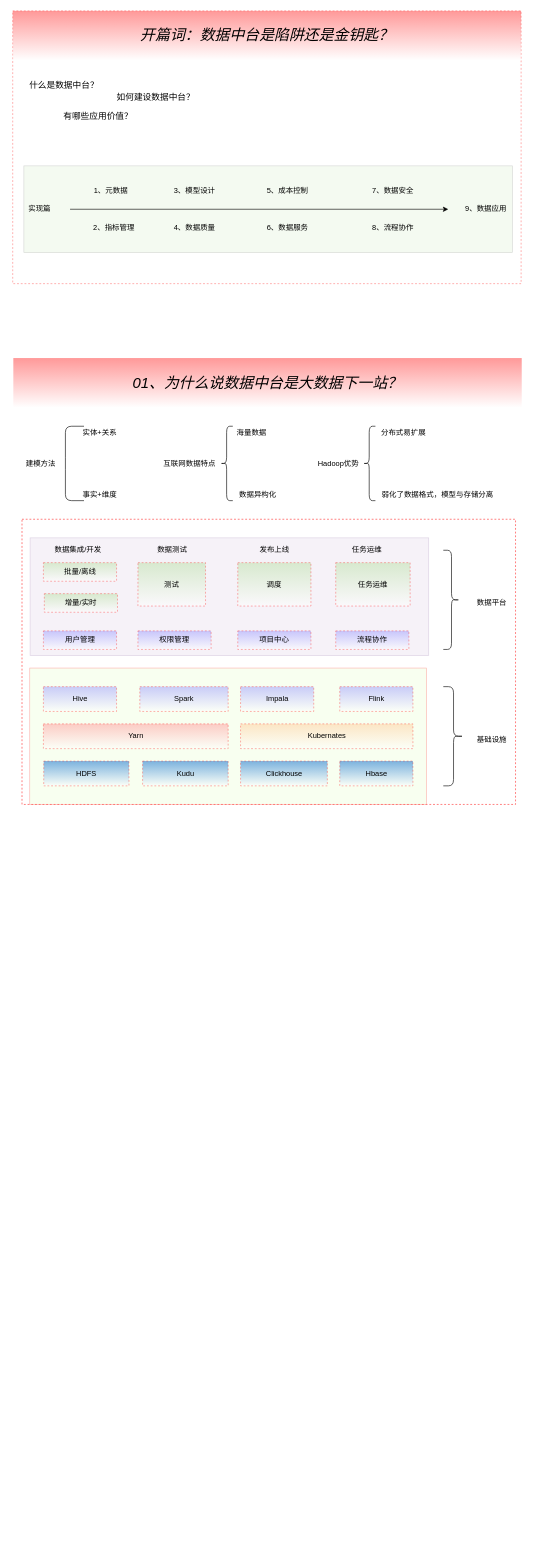
Before: 数据中台.drawio in zhfk/drawo.io.mydiagrams, a draw.io diagram. Source tidied: cells renumbered, new cells numbered last; positions are measured from the earlier drawing's top-left corner, leaving out a move shared by most shapes. Both pictures are drawn from the tidied source at 62%, with x=0, y=0 at pixel (12, 11).
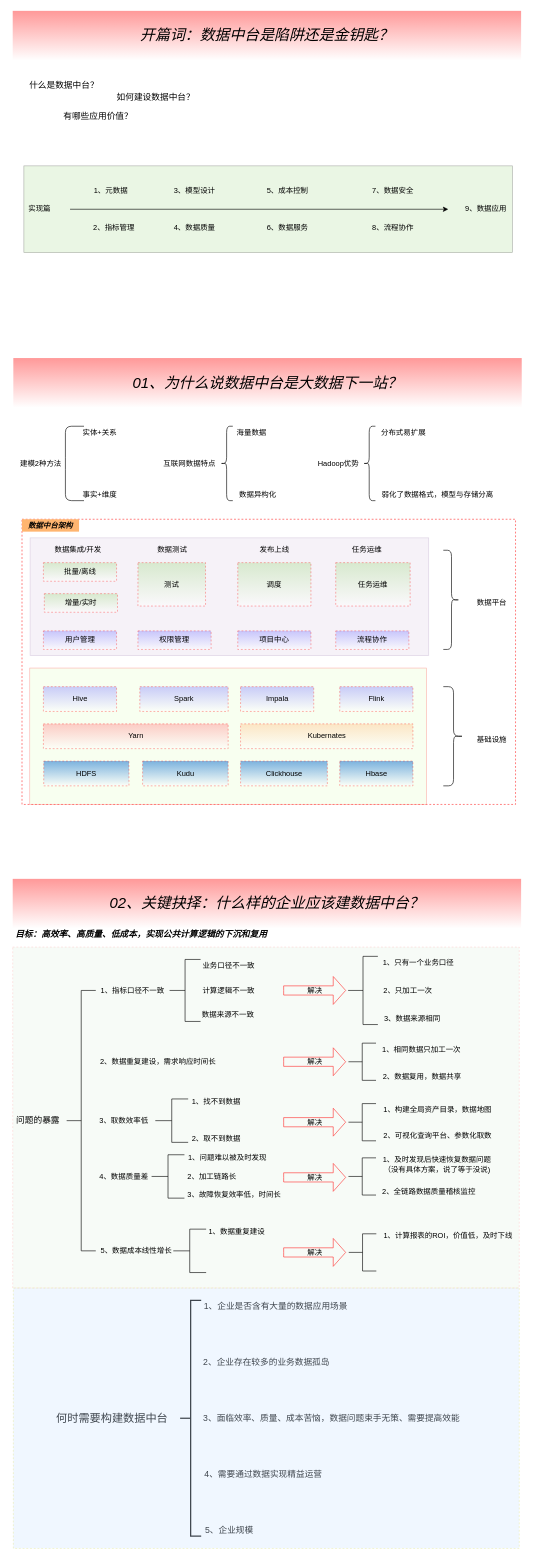
Above is the later version.

What changed in the source:
```diff
@@
+    <mxCell id="62" style="rounded=0;whiteSpace=wrap;html=1;strokeColor=#FF3333;strokeWidth=1;gradientColor=none;fillColor=#D5E8D4;opacity=20;dashed=1;perimeterSpacing=0;" parent="1" vertex="1">
+      <mxGeometry y="1510" width="817" height="550" as="geometry" />
+    </mxCell>
@@
-    <mxCell id="6" style="rounded=0;whiteSpace=wrap;html=1;opacity=50;dashed=1;strokeWidth=1;strokeColor=#FF0000;perimeterSpacing=10;" parent="1" vertex="1">
+    <mxCell id="6" style="rounded=0;whiteSpace=wrap;html=1;opacity=0;dashed=1;strokeWidth=1;strokeColor=#FF0000;perimeterSpacing=10;" parent="1" vertex="1">
       <mxGeometry width="820" height="440" as="geometry" />
     </mxCell>
@@
-    <mxCell id="22" value="建模方法" style="text;html=1;align=center;verticalAlign=middle;strokeColor=none;" parent="1" vertex="1">
-      <mxGeometry x="15" y="720" width="60" height="20" as="geometry" />
+    <mxCell id="22" value="建模2种方法" style="text;html=1;align=center;verticalAlign=middle;strokeColor=none;" parent="1" vertex="1">
+      <mxGeometry x="5" y="720" width="80" height="20" as="geometry" />
     </mxCell>
@@
+    <mxCell id="63" value="&lt;font style=&quot;font-size: 24px&quot;&gt;&lt;i&gt;02、关键抉择：什么样的企业应该建数据中台？&lt;/i&gt;&lt;/font&gt;" style="text;html=1;strokeColor=none;align=center;verticalAlign=middle;whiteSpace=wrap;rounded=0;dashed=1;opacity=50;fillColor=#FF3333;gradientColor=#ffffff;" parent="1" vertex="1">
+      <mxGeometry y="1400" width="820" height="80" as="geometry" />
+    </mxCell>
+    <mxCell id="64" value="&lt;font style=&quot;font-size: 14px&quot;&gt;问题的暴露&lt;/font&gt;" style="text;html=1;strokeColor=none;fillColor=none;align=center;verticalAlign=middle;whiteSpace=wrap;rounded=0;dashed=1;" parent="1" vertex="1">
+      <mxGeometry y="1780" width="82" height="20" as="geometry" />
+    </mxCell>
+    <mxCell id="65" style="strokeWidth=1;html=1;shape=mxgraph.flowchart.annotation_2;align=left;labelPosition=right;fillColor=none;gradientColor=none;" parent="1" vertex="1">
+      <mxGeometry x="87" y="1580" width="47" height="420" as="geometry" />
+    </mxCell>
+    <mxCell id="66" value="1、指标口径不一致" style="text;html=1;align=center;verticalAlign=middle;strokeColor=none;" parent="1" vertex="1">
+      <mxGeometry x="133" y="1570" width="120" height="20" as="geometry" />
+    </mxCell>
+    <mxCell id="67" value="2、数据重复建设，需求响应时间长" style="text;html=1;align=center;verticalAlign=middle;strokeColor=none;" parent="1" vertex="1">
+      <mxGeometry x="134" y="1685" width="200" height="20" as="geometry" />
+    </mxCell>
+    <mxCell id="68" value="3、取数效率低" style="text;html=1;align=center;verticalAlign=middle;strokeColor=none;" parent="1" vertex="1">
+      <mxGeometry x="134" y="1780" width="90" height="20" as="geometry" />
+    </mxCell>
+    <mxCell id="69" value="4、数据质量差" style="text;html=1;align=center;verticalAlign=middle;strokeColor=none;" parent="1" vertex="1">
+      <mxGeometry x="134" y="1870" width="90" height="20" as="geometry" />
+    </mxCell>
+    <mxCell id="70" value="5、数据成本线性增长" style="text;html=1;align=center;verticalAlign=middle;strokeColor=none;" parent="1" vertex="1">
+      <mxGeometry x="134" y="1990" width="130" height="20" as="geometry" />
+    </mxCell>
+    <mxCell id="71" style="strokeWidth=1;html=1;shape=mxgraph.flowchart.annotation_2;align=left;labelPosition=right;fillColor=none;gradientColor=none;" parent="1" vertex="1">
+      <mxGeometry x="253" y="1530" width="50" height="100" as="geometry" />
+    </mxCell>
+    <mxCell id="72" value="业务口径不一致" style="text;html=1;align=center;verticalAlign=middle;strokeColor=none;" parent="1" vertex="1">
+      <mxGeometry x="298" y="1530" width="100" height="20" as="geometry" />
+    </mxCell>
+    <mxCell id="73" value="计算逻辑不一致" style="text;html=1;align=center;verticalAlign=middle;strokeColor=none;" parent="1" vertex="1">
+      <mxGeometry x="298" y="1570" width="100" height="20" as="geometry" />
+    </mxCell>
+    <mxCell id="74" value="数据来源不一致" style="text;html=1;align=center;verticalAlign=middle;strokeColor=none;" parent="1" vertex="1">
+      <mxGeometry x="297" y="1610" width="100" height="20" as="geometry" />
+    </mxCell>
+    <mxCell id="75" style="strokeWidth=1;html=1;shape=mxgraph.flowchart.annotation_2;align=left;labelPosition=right;fillColor=none;gradientColor=none;" parent="1" vertex="1">
+      <mxGeometry x="541" y="1525" width="48" height="110" as="geometry" />
+    </mxCell>
+    <mxCell id="76" value="1、只有一个业务口径" style="text;html=1;align=center;verticalAlign=middle;strokeColor=none;" parent="1" vertex="1">
+      <mxGeometry x="589" y="1525" width="130" height="20" as="geometry" />
+    </mxCell>
+    <mxCell id="77" value="2、只加工一次" style="text;html=1;align=center;verticalAlign=middle;strokeColor=none;" parent="1" vertex="1">
+      <mxGeometry x="591.5" y="1570" width="90" height="20" as="geometry" />
+    </mxCell>
+    <mxCell id="78" value="3、数据来源相同" style="text;html=1;align=center;verticalAlign=middle;strokeColor=none;" parent="1" vertex="1">
+      <mxGeometry x="589" y="1615" width="110" height="20" as="geometry" />
+    </mxCell>
+    <mxCell id="79" value="解决" style="html=1;shadow=0;dashed=0;align=center;verticalAlign=middle;shape=mxgraph.arrows2.arrow;dy=0.67;dx=20;notch=0;strokeColor=#FF3333;strokeWidth=1;fillColor=none;gradientColor=none;" parent="1" vertex="1">
+      <mxGeometry x="437" y="1557.5" width="100" height="45" as="geometry" />
+    </mxCell>
+    <mxCell id="80" value="解决" style="html=1;shadow=0;dashed=0;align=center;verticalAlign=middle;shape=mxgraph.arrows2.arrow;dy=0.67;dx=20;notch=0;strokeColor=#FF3333;strokeWidth=1;fillColor=none;gradientColor=none;" parent="1" vertex="1">
+      <mxGeometry x="437" y="1672.5" width="100" height="45" as="geometry" />
+    </mxCell>
+    <mxCell id="81" style="strokeWidth=1;html=1;shape=mxgraph.flowchart.annotation_2;align=left;labelPosition=right;fillColor=none;gradientColor=none;" parent="1" vertex="1">
+      <mxGeometry x="541.5" y="1665" width="44.5" height="60" as="geometry" />
+    </mxCell>
+    <mxCell id="82" value="1、相同数据只加工一次" style="text;html=1;align=center;verticalAlign=middle;strokeColor=none;" parent="1" vertex="1">
+      <mxGeometry x="589" y="1665" width="140" height="20" as="geometry" />
+    </mxCell>
+    <mxCell id="83" value="2、数据复用，数据共享" style="text;html=1;align=center;verticalAlign=middle;strokeColor=none;" parent="1" vertex="1">
+      <mxGeometry x="590" y="1710" width="140" height="20" as="geometry" />
+    </mxCell>
+    <mxCell id="84" style="strokeWidth=1;html=1;shape=mxgraph.flowchart.annotation_2;align=left;labelPosition=right;fillColor=none;gradientColor=none;" parent="1" vertex="1">
+      <mxGeometry x="230" y="1755" width="53" height="70" as="geometry" />
+    </mxCell>
+    <mxCell id="85" value="1、找不到数据" style="text;html=1;align=center;verticalAlign=middle;strokeColor=none;" parent="1" vertex="1">
+      <mxGeometry x="283" y="1750" width="90" height="20" as="geometry" />
+    </mxCell>
+    <mxCell id="86" value="2、取不到数据" style="text;html=1;align=center;verticalAlign=middle;strokeColor=none;" parent="1" vertex="1">
+      <mxGeometry x="283" y="1810" width="90" height="20" as="geometry" />
+    </mxCell>
+    <mxCell id="87" value="解决" style="html=1;shadow=0;dashed=0;align=center;verticalAlign=middle;shape=mxgraph.arrows2.arrow;dy=0.67;dx=20;notch=0;strokeColor=#FF3333;strokeWidth=1;fillColor=none;gradientColor=none;" parent="1" vertex="1">
+      <mxGeometry x="437" y="1770" width="100" height="45" as="geometry" />
+    </mxCell>
+    <mxCell id="88" style="strokeWidth=1;html=1;shape=mxgraph.flowchart.annotation_2;align=left;labelPosition=right;fillColor=none;gradientColor=none;" parent="1" vertex="1">
+      <mxGeometry x="541.5" y="1762.5" width="44.5" height="60" as="geometry" />
+    </mxCell>
+    <mxCell id="89" value="1、构建全局资产目录，数据地图" style="text;html=1;align=center;verticalAlign=middle;strokeColor=none;" parent="1" vertex="1">
+      <mxGeometry x="590" y="1762.5" width="190" height="20" as="geometry" />
+    </mxCell>
+    <mxCell id="90" value="2、可视化查询平台、参数化取数" style="text;html=1;align=center;verticalAlign=middle;strokeColor=none;" parent="1" vertex="1">
+      <mxGeometry x="590" y="1805" width="190" height="20" as="geometry" />
+    </mxCell>
+    <mxCell id="91" style="strokeWidth=1;html=1;shape=mxgraph.flowchart.annotation_2;align=left;labelPosition=right;fillColor=none;gradientColor=none;" parent="1" vertex="1">
+      <mxGeometry x="224" y="1845" width="53" height="70" as="geometry" />
+    </mxCell>
+    <mxCell id="92" value="1、问题难以被及时发现" style="text;html=1;align=center;verticalAlign=middle;strokeColor=none;" parent="1" vertex="1">
+      <mxGeometry x="276" y="1840" width="140" height="20" as="geometry" />
+    </mxCell>
+    <mxCell id="93" value="2、加工链路长" style="text;html=1;align=center;verticalAlign=middle;strokeColor=none;" parent="1" vertex="1">
+      <mxGeometry x="276" y="1870" width="90" height="20" as="geometry" />
+    </mxCell>
+    <mxCell id="94" value="3、故障恢复效率低，时间长" style="text;html=1;align=center;verticalAlign=middle;strokeColor=none;" parent="1" vertex="1">
+      <mxGeometry x="272" y="1900" width="170" height="20" as="geometry" />
+    </mxCell>
+    <mxCell id="95" value="解决" style="html=1;shadow=0;dashed=0;align=center;verticalAlign=middle;shape=mxgraph.arrows2.arrow;dy=0.67;dx=20;notch=0;strokeColor=#FF3333;strokeWidth=1;fillColor=none;gradientColor=none;" parent="1" vertex="1">
+      <mxGeometry x="437" y="1859" width="100" height="45" as="geometry" />
+    </mxCell>
+    <mxCell id="96" value="1、及时发现后快速恢复数据问题&lt;br&gt;（没有具体方案，说了等于没说)" style="text;html=1;align=center;verticalAlign=middle;strokeColor=none;" parent="1" vertex="1">
+      <mxGeometry x="589" y="1846" width="190" height="30" as="geometry" />
+    </mxCell>
+    <mxCell id="97" style="strokeWidth=1;html=1;shape=mxgraph.flowchart.annotation_2;align=left;labelPosition=right;fillColor=none;gradientColor=none;" parent="1" vertex="1">
+      <mxGeometry x="259" y="1965" width="53" height="70" as="geometry" />
+    </mxCell>
+    <mxCell id="98" value="1、数据重复建设" style="text;html=1;align=center;verticalAlign=middle;strokeColor=none;" parent="1" vertex="1">
+      <mxGeometry x="306" y="1960" width="110" height="20" as="geometry" />
+    </mxCell>
+    <mxCell id="99" value="解决" style="html=1;shadow=0;dashed=0;align=center;verticalAlign=middle;shape=mxgraph.arrows2.arrow;dy=0.67;dx=20;notch=0;strokeColor=#FF3333;strokeWidth=1;fillColor=none;gradientColor=none;" parent="1" vertex="1">
+      <mxGeometry x="437" y="1980" width="100" height="45" as="geometry" />
+    </mxCell>
+    <mxCell id="100" style="strokeWidth=1;html=1;shape=mxgraph.flowchart.annotation_2;align=left;labelPosition=right;fillColor=none;gradientColor=none;" parent="1" vertex="1">
+      <mxGeometry x="541.5" y="1850" width="44.5" height="60" as="geometry" />
+    </mxCell>
+    <mxCell id="101" value="2、全链路数据质量稽核监控" style="text;html=1;align=center;verticalAlign=middle;strokeColor=none;" parent="1" vertex="1">
+      <mxGeometry x="586" y="1895" width="170" height="20" as="geometry" />
+    </mxCell>
+    <mxCell id="102" style="strokeWidth=1;html=1;shape=mxgraph.flowchart.annotation_2;align=left;labelPosition=right;fillColor=none;gradientColor=none;" parent="1" vertex="1">
+      <mxGeometry x="542" y="1972.5" width="44.5" height="60" as="geometry" />
+    </mxCell>
+    <mxCell id="103" value="1、计算报表的ROI，价值低，及时下线" style="text;html=1;align=center;verticalAlign=middle;strokeColor=none;" parent="1" vertex="1">
+      <mxGeometry x="591.5" y="1965" width="220" height="20" as="geometry" />
+    </mxCell>
+    <mxCell id="104" style="strokeWidth=2;html=1;shape=mxgraph.flowchart.annotation_2;align=left;labelPosition=right;fillColor=none;gradientColor=none;" parent="1" vertex="1">
+      <mxGeometry x="270" y="2080" width="34" height="380" as="geometry" />
+    </mxCell>
+    <mxCell id="105" value="&lt;font style=&quot;font-size: 14px&quot;&gt;1、企业是否含有大量的数据应用场景&lt;/font&gt;" style="text;html=1;align=center;verticalAlign=middle;strokeColor=none;" parent="1" vertex="1">
+      <mxGeometry x="299" y="2080" width="250" height="20" as="geometry" />
+    </mxCell>
+    <mxCell id="106" value="&lt;font style=&quot;font-size: 14px&quot;&gt;2、企业存在较多的业务数据孤岛&lt;/font&gt;" style="text;html=1;align=center;verticalAlign=middle;strokeColor=none;" parent="1" vertex="1">
+      <mxGeometry x="299" y="2170" width="220" height="20" as="geometry" />
+    </mxCell>
+    <mxCell id="107" value="&lt;font style=&quot;font-size: 14px&quot;&gt;3、面临效率、质量、成本苦恼，数据问题束手无策、需要提高效能&lt;/font&gt;" style="text;html=1;align=center;verticalAlign=middle;strokeColor=none;" parent="1" vertex="1">
+      <mxGeometry x="299" y="2260" width="430" height="20" as="geometry" />
+    </mxCell>
+    <mxCell id="108" value="&lt;font style=&quot;font-size: 14px&quot;&gt;4、需要通过数据实现精益运营&lt;/font&gt;" style="text;html=1;align=center;verticalAlign=middle;strokeColor=none;" parent="1" vertex="1">
+      <mxGeometry x="299" y="2350" width="210" height="20" as="geometry" />
+    </mxCell>
+    <mxCell id="109" value="&lt;font style=&quot;font-size: 14px&quot;&gt;5、企业规模&lt;/font&gt;" style="text;html=1;align=center;verticalAlign=middle;strokeColor=none;" parent="1" vertex="1">
+      <mxGeometry x="304" y="2440" width="90" height="20" as="geometry" />
+    </mxCell>
+    <mxCell id="110" value="&lt;font style=&quot;font-size: 18px&quot;&gt;何时需要构建数据中台&lt;/font&gt;" style="text;html=1;align=center;verticalAlign=middle;strokeColor=none;" parent="1" vertex="1">
+      <mxGeometry x="60" y="2260" width="200" height="20" as="geometry" />
+    </mxCell>
+    <mxCell id="111" value="&lt;font style=&quot;font-size: 14px&quot;&gt;&lt;b&gt;&lt;i&gt;目标：高效率、高质量、低成本，实现公共计算逻辑的下沉和复用&lt;/i&gt;&lt;/b&gt;&lt;/font&gt;" style="text;html=1;align=center;verticalAlign=middle;strokeColor=none;" parent="1" vertex="1">
+      <mxGeometry x="-3" y="1480" width="420" height="20" as="geometry" />
+    </mxCell>
+    <mxCell id="112" value="&lt;b&gt;&lt;i&gt;数据中台架构&lt;/i&gt;&lt;/b&gt;" style="text;html=1;strokeColor=none;align=center;verticalAlign=middle;whiteSpace=wrap;rounded=0;fillColor=#FFB570;" parent="1" vertex="1">
+      <mxGeometry x="15" y="820" width="92" height="20" as="geometry" />
+    </mxCell>
+    <mxCell id="113" style="rounded=0;whiteSpace=wrap;html=1;dashed=1;strokeWidth=1;gradientColor=none;opacity=30;fillColor=#CCE5FF;strokeColor=#CCCC00;" parent="1" vertex="1">
+      <mxGeometry x="1" y="2060" width="816" height="420" as="geometry" />
+    </mxCell>
```
